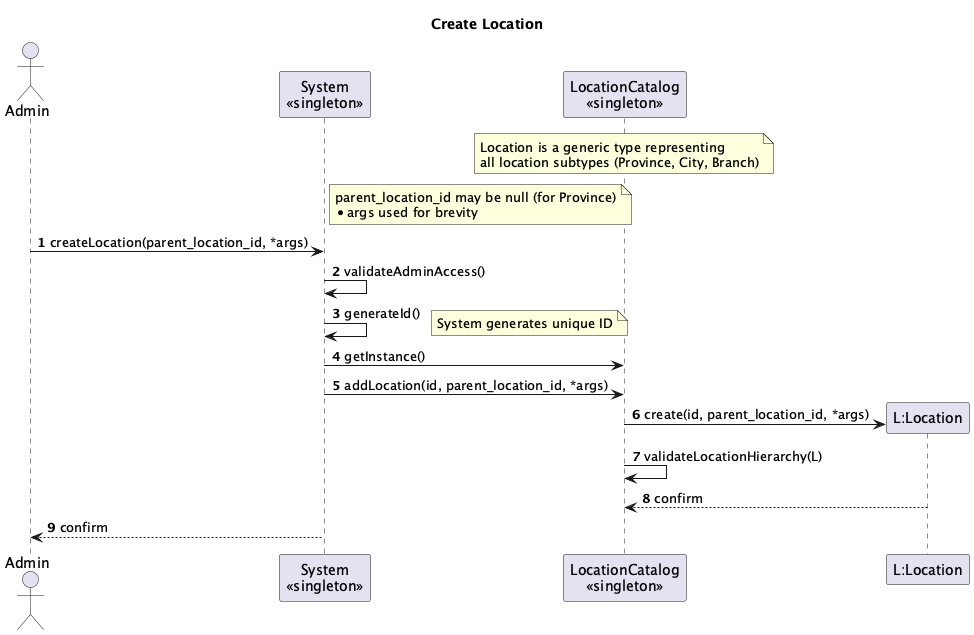
Before: System-Diagrams/UML Interaction/Admin/Admin-Interaction-Diagrams_001.png, a diagram exported from PlantUML (vibqetowi/soen-342-project).
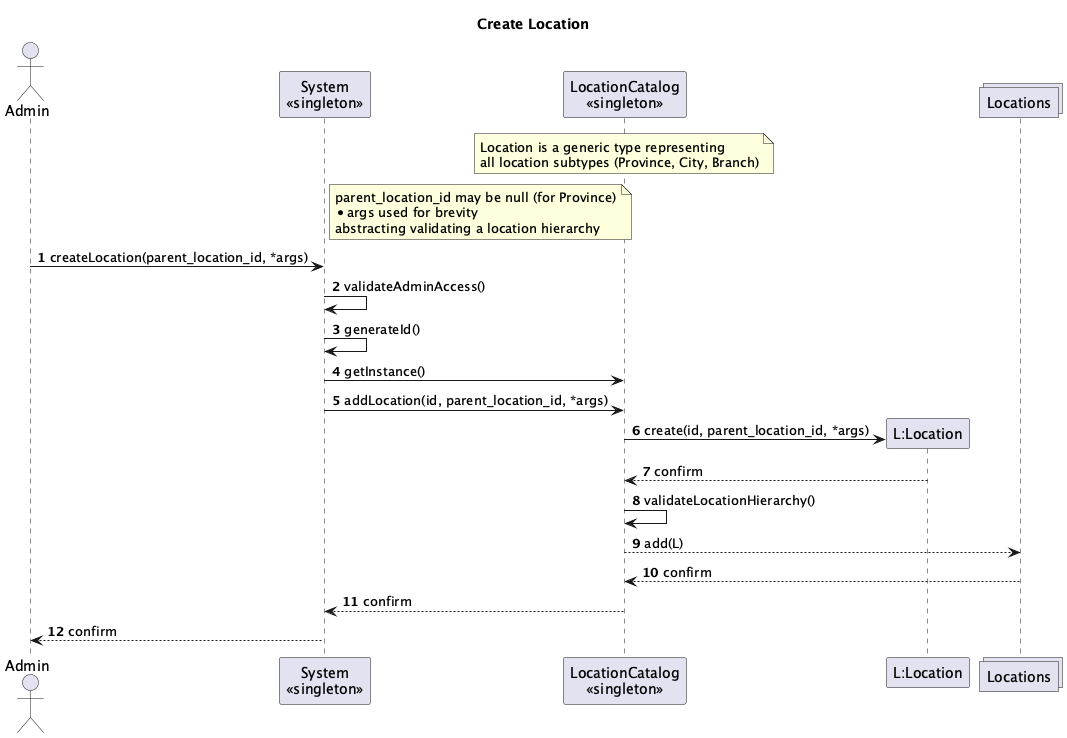
The same diagram one commit later.

The edit, as a diff of the source:
```diff
@@ -4,6 +4,7 @@
 participant "System\n<<singleton>>" as System
 participant "LocationCatalog\n<<singleton>>" as LocationCatalog
 participant "L:Location" as Location
+collections Locations
 
 note over LocationCatalog
 Location is a generic type representing
@@ -13,6 +14,7 @@
 note right of System
 parent_location_id may be null (for Province)
 *args used for brevity
+abstracting validating a location hierarchy
 end note
 
 autonumber
@@ -20,12 +22,14 @@
 Admin -> System: createLocation(parent_location_id, *args)
 System -> System: validateAdminAccess()
 System -> System: generateId()
-note right: System generates unique ID
 
 System -> LocationCatalog: getInstance()
 System -> LocationCatalog: addLocation(id, parent_location_id, *args)
 LocationCatalog -> Location **: create(id, parent_location_id, *args)
-LocationCatalog -> LocationCatalog: validateLocationHierarchy(L)
 Location --> LocationCatalog: confirm
+LocationCatalog -> LocationCatalog: validateLocationHierarchy()
+LocationCatalog --> Locations: add(L)
+Locations --> LocationCatalog: confirm
+LocationCatalog --> System: confirm
 System --> Admin: confirm
 @enduml
```
